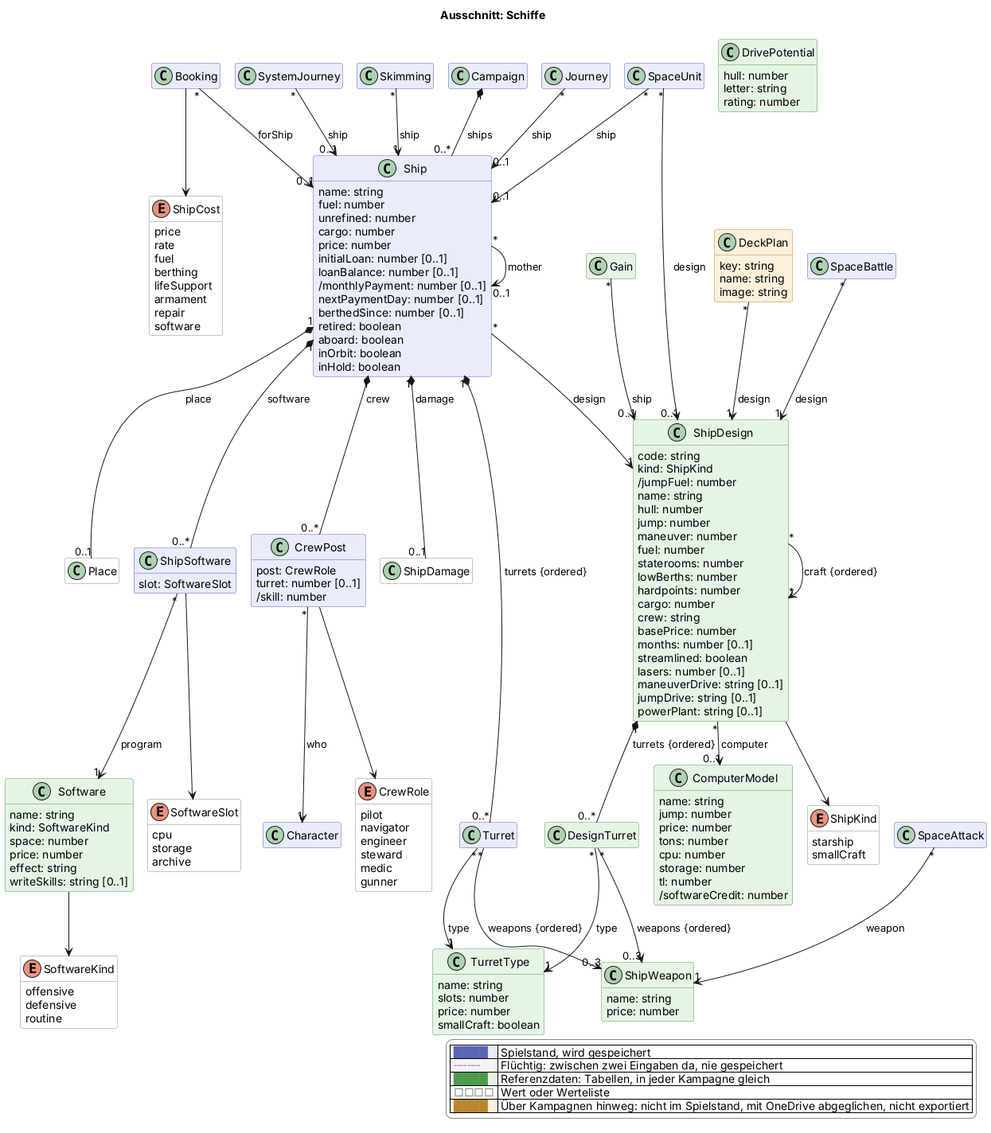
Above: docs/views/schiffe.png in scuzzar/SRE (PlantUML), before the change.
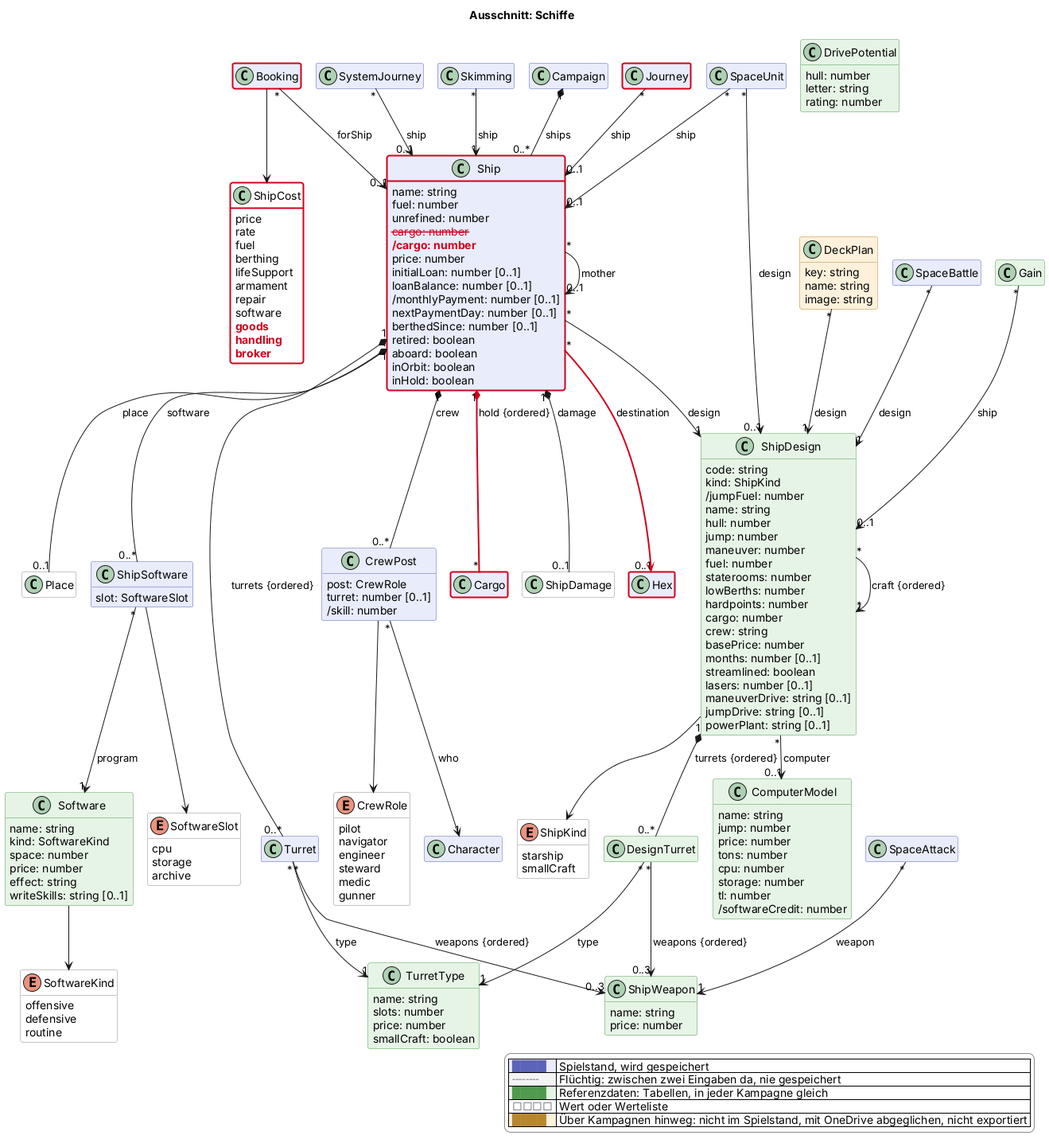
Later version of the same file.

Diff of the diagram source:
```diff
@@ -77,7 +77,8 @@
     name: string
     fuel: number
     unrefined: number
-    cargo: number
+$gone("2026-11-27", "cargo: number")
+    $new("2026-11-27", "/cargo: number")
     price: number
     initialLoan: number [0..1]
     loanBalance: number [0..1]
@@ -98,6 +99,9 @@
     armament
     repair
     software
+    $new("2026-11-27", "goods")
+    $new("2026-11-27", "handling")
+    $new("2026-11-27", "broker")
   }
   class ShipSoftware $schiffe {
     slot: SoftwareSlot
@@ -194,6 +198,8 @@
     image: string
   }
 
+  class Cargo $handel $newClass("2026-11-27")
+
   class Skimming $raum
   class ShipDamage <<value>> $raum
   class SpaceBattle $raum
@@ -201,6 +207,7 @@
   class SpaceUnit $raum
 
 
+  class Hex $sektor
 
 
 
@@ -234,6 +241,9 @@
 Ship "*" --> "0..1" Ship : mother
 Booking "*" --> "0..1" Ship : forShip
 
+Ship "1" *-$newArrow("2026-11-27")- "*" Cargo : hold {ordered}
+Ship "*" -$newArrow("2026-11-27")-> "0..1" Hex : destination
+
 SpaceUnit "*" --> "0..1" Ship : ship
 SpaceUnit "*" --> "0..1" ShipDesign : design
 Ship "1" *-- "0..1" ShipDamage : damage
@@ -265,4 +275,9 @@
   |<#ffffff> <color:#8a8a8a>□□□□</color> | Wert oder Werteliste |
   |<#fdf1dc> <color:#b8862e>████</color> | Über Kampagnen hinweg: nicht im Spielstand, mit OneDrive abgeglichen, nicht exportiert |
 endlegend
+class Booking #line:d0021b;line.bold
+class Ship #line:d0021b;line.bold
+class ShipCost #line:d0021b;line.bold
+class Hex #line:d0021b;line.bold
+class Journey #line:d0021b;line.bold
 @enduml
```
